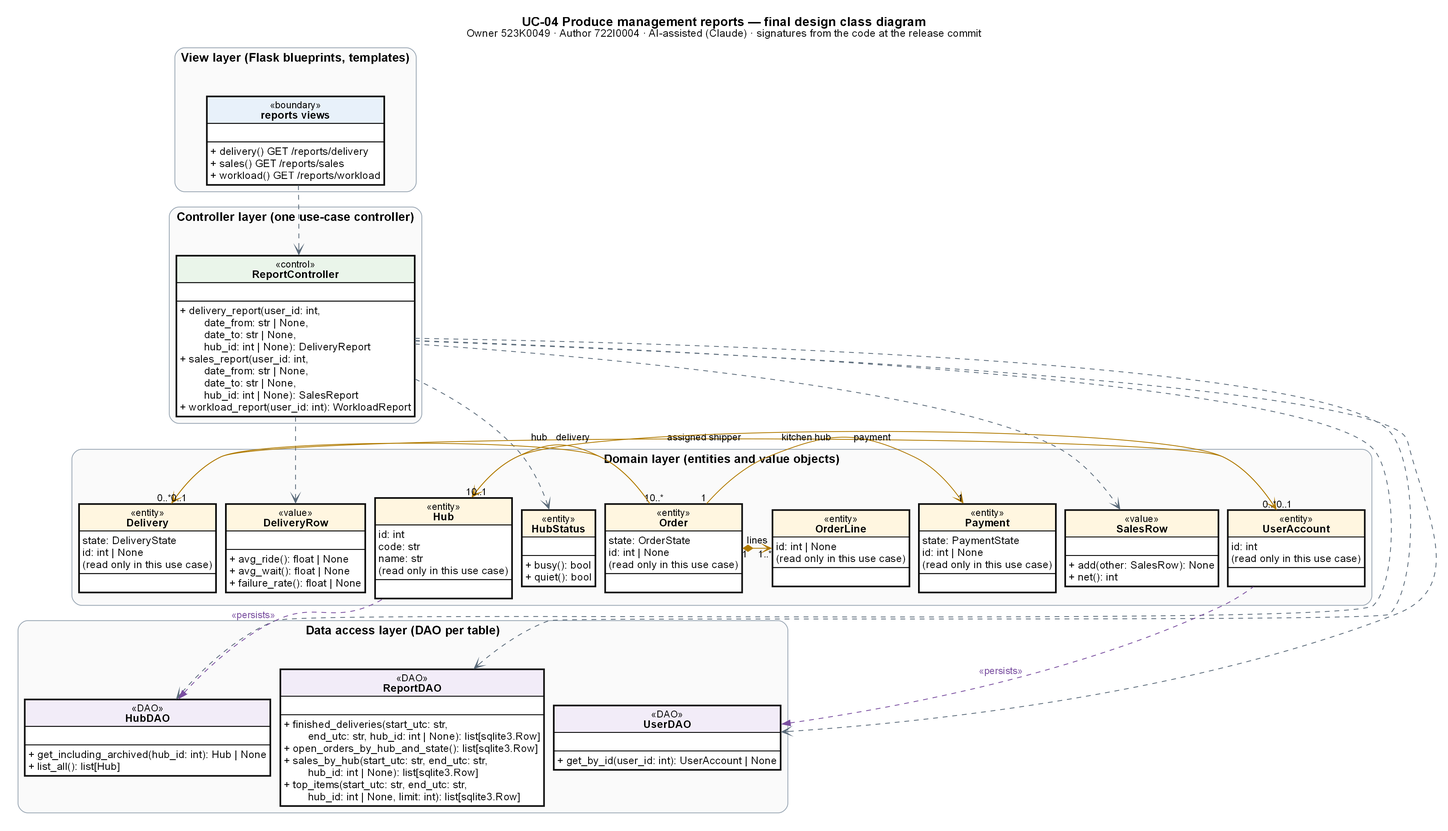
Before: models/UC-04/dcd_uc04_final_overview.png, a diagram exported from Graphviz (Dat071104/SaigonBite). Its source is kept beside it as models/UC-04/dcd_uc04_final_overview.dot.
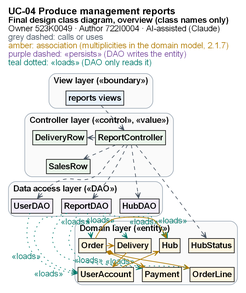
Later version of the same file.

Diff of the diagram source:
```diff
@@ -1,50 +1,60 @@
 digraph G {
-graph [rankdir=TB, nodesep=0.15, ranksep=0.5, fontname="Arial", fontsize=16, pad=0.2, dpi=200];
-node [shape=plain, fontname="Arial", fontsize=13];
-edge [fontname="Arial", fontsize=12];
-labelloc="t"; label=<<B>UC-04 Produce management reports — final design class diagram</B><BR/><FONT POINT-SIZE="13">Owner 523K0049 · Author 722I0004 · AI-assisted (Claude) · signatures from the code at the release commit</FONT>>;
-subgraph cluster_view { label=<<B>View layer (Flask blueprints, templates)</B>>; style="rounded,filled"; fillcolor="#FAFAFA"; color="#9AA7B4"; fontsize=15;
+graph [rankdir=TB, nodesep=0.2, ranksep=0.34, fontname="Arial", fontsize=14, pad=0.08, dpi=200, newrank=true];
+node [shape=plain, fontname="Arial", fontsize=14];
+edge [fontname="Arial", fontsize=14, arrowsize=0.9, penwidth=1.1];
+labelloc="t"; labeljust="l"; label=<<B><FONT POINT-SIZE="16">UC-04 Produce management reports</FONT></B><BR ALIGN="LEFT"/><B><FONT POINT-SIZE="14">Final design class diagram, overview (class names only)</FONT></B><BR ALIGN="LEFT"/><FONT POINT-SIZE="14">Owner 523K0049 · Author 722I0004 · AI-assisted (Claude)</FONT><BR ALIGN="LEFT"/><FONT POINT-SIZE="14" COLOR="#4A5663">grey dashed: calls or uses</FONT>    <BR ALIGN="LEFT"/><FONT POINT-SIZE="14" COLOR="#B07A00">amber: association (multiplicities in the domain model, 2.1.7)</FONT>    <BR ALIGN="LEFT"/><FONT POINT-SIZE="14" COLOR="#7A4FA0">purple dashed: «persists» (DAO writes the entity)</FONT>    <BR ALIGN="LEFT"/><FONT POINT-SIZE="14" COLOR="#00796B">teal dotted: «loads» (DAO only reads it)</FONT>    <BR ALIGN="LEFT"/>>;
+subgraph cluster_view { label=<<B>View layer («boundary»)</B>>; labeljust="l"; style="rounded,filled"; fillcolor="#FAFAFA"; color="#9AA7B4"; fontsize=14; margin=5;
   { rank=same; "bp_reports"; }
-  "bp_reports" [label=<<TABLE BORDER="1" CELLBORDER="1" CELLSPACING="0" CELLPADDING="3" BGCOLOR="white"><TR><TD BGCOLOR="#E8F1FA" BALIGN="CENTER"><FONT POINT-SIZE="12">«boundary»</FONT><BR/><B>reports views</B></TD></TR><TR><TD ALIGN="LEFT" BALIGN="LEFT"> </TD></TR><TR><TD ALIGN="LEFT" BALIGN="LEFT">+ delivery() GET /reports/delivery<BR ALIGN="LEFT"/>+ sales() GET /reports/sales<BR ALIGN="LEFT"/>+ workload() GET /reports/workload<BR ALIGN="LEFT"/></TD></TR></TABLE>>];
+  "bp_reports" [label=<<TABLE BORDER="1" CELLBORDER="0" CELLSPACING="0" CELLPADDING="3" BGCOLOR="#E8F1FA"><TR><TD><FONT POINT-SIZE="14"><B>reports views</B></FONT></TD></TR></TABLE>>];
 }
-subgraph cluster_controller { label=<<B>Controller layer (one use-case controller)</B>>; style="rounded,filled"; fillcolor="#FAFAFA"; color="#9AA7B4"; fontsize=15;
-  { rank=same; "ReportController"; }
-  "ReportController" [label=<<TABLE BORDER="1" CELLBORDER="1" CELLSPACING="0" CELLPADDING="3" BGCOLOR="white"><TR><TD BGCOLOR="#EAF5EA" BALIGN="CENTER"><FONT POINT-SIZE="12">«control»</FONT><BR/><B>ReportController</B></TD></TR><TR><TD ALIGN="LEFT" BALIGN="LEFT"> </TD></TR><TR><TD ALIGN="LEFT" BALIGN="LEFT">+ delivery_report(user_id: int,<BR ALIGN="LEFT"/>        date_from: str | None,<BR ALIGN="LEFT"/>        date_to: str | None,<BR ALIGN="LEFT"/>        hub_id: int | None): DeliveryReport<BR ALIGN="LEFT"/>+ sales_report(user_id: int,<BR ALIGN="LEFT"/>        date_from: str | None,<BR ALIGN="LEFT"/>        date_to: str | None,<BR ALIGN="LEFT"/>        hub_id: int | None): SalesReport<BR ALIGN="LEFT"/>+ workload_report(user_id: int): WorkloadReport<BR ALIGN="LEFT"/></TD></TR></TABLE>>];
+subgraph cluster_controller { label=<<B>Controller layer («control», «value»)</B>>; labeljust="l"; style="rounded,filled"; fillcolor="#FAFAFA"; color="#9AA7B4"; fontsize=14; margin=5;
+  { rank=same; "DeliveryRow"; "ReportController"; }
+  { rank=same; "SalesRow"; }
+  "DeliveryRow" [label=<<TABLE BORDER="1" CELLBORDER="0" CELLSPACING="0" CELLPADDING="3" BGCOLOR="#EAF5EA"><TR><TD><FONT POINT-SIZE="14"><B>DeliveryRow</B></FONT></TD></TR></TABLE>>];
+  "ReportController" [label=<<TABLE BORDER="1" CELLBORDER="0" CELLSPACING="0" CELLPADDING="3" BGCOLOR="#EAF5EA"><TR><TD><FONT POINT-SIZE="14"><B>ReportController</B></FONT></TD></TR></TABLE>>];
+  "SalesRow" [label=<<TABLE BORDER="1" CELLBORDER="0" CELLSPACING="0" CELLPADDING="3" BGCOLOR="#EAF5EA"><TR><TD><FONT POINT-SIZE="14"><B>SalesRow</B></FONT></TD></TR></TABLE>>];
 }
-subgraph cluster_domain { label=<<B>Domain layer (entities and value objects)</B>>; style="rounded,filled"; fillcolor="#FAFAFA"; color="#9AA7B4"; fontsize=15;
-  { rank=same; "Delivery"; "DeliveryRow"; "Hub"; "HubStatus"; "Order"; "OrderLine"; "Payment"; "SalesRow"; "UserAccount"; }
-  "Delivery" [label=<<TABLE BORDER="1" CELLBORDER="1" CELLSPACING="0" CELLPADDING="3" BGCOLOR="white"><TR><TD BGCOLOR="#FFF6E0" BALIGN="CENTER"><FONT POINT-SIZE="12">«entity»</FONT><BR/><B>Delivery</B></TD></TR><TR><TD ALIGN="LEFT" BALIGN="LEFT">state: DeliveryState<BR ALIGN="LEFT"/>id: int | None<BR ALIGN="LEFT"/>(read only in this use case)<BR ALIGN="LEFT"/></TD></TR><TR><TD ALIGN="LEFT" BALIGN="LEFT"> </TD></TR></TABLE>>];
-  "DeliveryRow" [label=<<TABLE BORDER="1" CELLBORDER="1" CELLSPACING="0" CELLPADDING="3" BGCOLOR="white"><TR><TD BGCOLOR="#FFF6E0" BALIGN="CENTER"><FONT POINT-SIZE="12">«value»</FONT><BR/><B>DeliveryRow</B></TD></TR><TR><TD ALIGN="LEFT" BALIGN="LEFT"> </TD></TR><TR><TD ALIGN="LEFT" BALIGN="LEFT">+ avg_ride(): float | None<BR ALIGN="LEFT"/>+ avg_wait(): float | None<BR ALIGN="LEFT"/>+ failure_rate(): float | None<BR ALIGN="LEFT"/></TD></TR></TABLE>>];
-  "Hub" [label=<<TABLE BORDER="1" CELLBORDER="1" CELLSPACING="0" CELLPADDING="3" BGCOLOR="white"><TR><TD BGCOLOR="#FFF6E0" BALIGN="CENTER"><FONT POINT-SIZE="12">«entity»</FONT><BR/><B>Hub</B></TD></TR><TR><TD ALIGN="LEFT" BALIGN="LEFT">id: int<BR ALIGN="LEFT"/>code: str<BR ALIGN="LEFT"/>name: str<BR ALIGN="LEFT"/>(read only in this use case)<BR ALIGN="LEFT"/></TD></TR><TR><TD ALIGN="LEFT" BALIGN="LEFT"> </TD></TR></TABLE>>];
-  "HubStatus" [label=<<TABLE BORDER="1" CELLBORDER="1" CELLSPACING="0" CELLPADDING="3" BGCOLOR="white"><TR><TD BGCOLOR="#FFF6E0" BALIGN="CENTER"><FONT POINT-SIZE="12">«entity»</FONT><BR/><B>HubStatus</B></TD></TR><TR><TD ALIGN="LEFT" BALIGN="LEFT"> </TD></TR><TR><TD ALIGN="LEFT" BALIGN="LEFT">+ busy(): bool<BR ALIGN="LEFT"/>+ quiet(): bool<BR ALIGN="LEFT"/></TD></TR></TABLE>>];
-  "Order" [label=<<TABLE BORDER="1" CELLBORDER="1" CELLSPACING="0" CELLPADDING="3" BGCOLOR="white"><TR><TD BGCOLOR="#FFF6E0" BALIGN="CENTER"><FONT POINT-SIZE="12">«entity»</FONT><BR/><B>Order</B></TD></TR><TR><TD ALIGN="LEFT" BALIGN="LEFT">state: OrderState<BR ALIGN="LEFT"/>id: int | None<BR ALIGN="LEFT"/>(read only in this use case)<BR ALIGN="LEFT"/></TD></TR><TR><TD ALIGN="LEFT" BALIGN="LEFT"> </TD></TR></TABLE>>];
-  "OrderLine" [label=<<TABLE BORDER="1" CELLBORDER="1" CELLSPACING="0" CELLPADDING="3" BGCOLOR="white"><TR><TD BGCOLOR="#FFF6E0" BALIGN="CENTER"><FONT POINT-SIZE="12">«entity»</FONT><BR/><B>OrderLine</B></TD></TR><TR><TD ALIGN="LEFT" BALIGN="LEFT">id: int | None<BR ALIGN="LEFT"/>(read only in this use case)<BR ALIGN="LEFT"/></TD></TR><TR><TD ALIGN="LEFT" BALIGN="LEFT"> </TD></TR></TABLE>>];
-  "Payment" [label=<<TABLE BORDER="1" CELLBORDER="1" CELLSPACING="0" CELLPADDING="3" BGCOLOR="white"><TR><TD BGCOLOR="#FFF6E0" BALIGN="CENTER"><FONT POINT-SIZE="12">«entity»</FONT><BR/><B>Payment</B></TD></TR><TR><TD ALIGN="LEFT" BALIGN="LEFT">state: PaymentState<BR ALIGN="LEFT"/>id: int | None<BR ALIGN="LEFT"/>(read only in this use case)<BR ALIGN="LEFT"/></TD></TR><TR><TD ALIGN="LEFT" BALIGN="LEFT"> </TD></TR></TABLE>>];
-  "SalesRow" [label=<<TABLE BORDER="1" CELLBORDER="1" CELLSPACING="0" CELLPADDING="3" BGCOLOR="white"><TR><TD BGCOLOR="#FFF6E0" BALIGN="CENTER"><FONT POINT-SIZE="12">«value»</FONT><BR/><B>SalesRow</B></TD></TR><TR><TD ALIGN="LEFT" BALIGN="LEFT"> </TD></TR><TR><TD ALIGN="LEFT" BALIGN="LEFT">+ add(other: SalesRow): None<BR ALIGN="LEFT"/>+ net(): int<BR ALIGN="LEFT"/></TD></TR></TABLE>>];
-  "UserAccount" [label=<<TABLE BORDER="1" CELLBORDER="1" CELLSPACING="0" CELLPADDING="3" BGCOLOR="white"><TR><TD BGCOLOR="#FFF6E0" BALIGN="CENTER"><FONT POINT-SIZE="12">«entity»</FONT><BR/><B>UserAccount</B></TD></TR><TR><TD ALIGN="LEFT" BALIGN="LEFT">id: int<BR ALIGN="LEFT"/>(read only in this use case)<BR ALIGN="LEFT"/></TD></TR><TR><TD ALIGN="LEFT" BALIGN="LEFT"> </TD></TR></TABLE>>];
+"bp_reports" -> "DeliveryRow" [style=invis];
+"DeliveryRow" -> "SalesRow" [style=invis];
+subgraph cluster_dao { label=<<B>Data access layer («DAO»)</B>>; labeljust="l"; style="rounded,filled"; fillcolor="#FAFAFA"; color="#9AA7B4"; fontsize=14; margin=5;
+  { rank=same; "HubDAO"; "ReportDAO"; "UserDAO"; }
+  "HubDAO" [label=<<TABLE BORDER="1" CELLBORDER="0" CELLSPACING="0" CELLPADDING="3" BGCOLOR="#F2ECF8"><TR><TD><FONT POINT-SIZE="14"><B>HubDAO</B></FONT></TD></TR></TABLE>>];
+  "ReportDAO" [label=<<TABLE BORDER="1" CELLBORDER="0" CELLSPACING="0" CELLPADDING="3" BGCOLOR="#F2ECF8"><TR><TD><FONT POINT-SIZE="14"><B>ReportDAO</B></FONT></TD></TR></TABLE>>];
+  "UserDAO" [label=<<TABLE BORDER="1" CELLBORDER="0" CELLSPACING="0" CELLPADDING="3" BGCOLOR="#F2ECF8"><TR><TD><FONT POINT-SIZE="14"><B>UserDAO</B></FONT></TD></TR></TABLE>>];
 }
-subgraph cluster_dao { label=<<B>Data access layer (DAO per table)</B>>; style="rounded,filled"; fillcolor="#FAFAFA"; color="#9AA7B4"; fontsize=15;
-  { rank=same; "HubDAO"; "ReportDAO"; "UserDAO"; }
-  "HubDAO" [label=<<TABLE BORDER="1" CELLBORDER="1" CELLSPACING="0" CELLPADDING="3" BGCOLOR="white"><TR><TD BGCOLOR="#F2ECF8" BALIGN="CENTER"><FONT POINT-SIZE="12">«DAO»</FONT><BR/><B>HubDAO</B></TD></TR><TR><TD ALIGN="LEFT" BALIGN="LEFT"> </TD></TR><TR><TD ALIGN="LEFT" BALIGN="LEFT">+ get_including_archived(hub_id: int): Hub | None<BR ALIGN="LEFT"/>+ list_all(): list[Hub]<BR ALIGN="LEFT"/></TD></TR></TABLE>>];
-  "ReportDAO" [label=<<TABLE BORDER="1" CELLBORDER="1" CELLSPACING="0" CELLPADDING="3" BGCOLOR="white"><TR><TD BGCOLOR="#F2ECF8" BALIGN="CENTER"><FONT POINT-SIZE="12">«DAO»</FONT><BR/><B>ReportDAO</B></TD></TR><TR><TD ALIGN="LEFT" BALIGN="LEFT"> </TD></TR><TR><TD ALIGN="LEFT" BALIGN="LEFT">+ finished_deliveries(start_utc: str,<BR ALIGN="LEFT"/>        end_utc: str, hub_id: int | None): list[sqlite3.Row]<BR ALIGN="LEFT"/>+ open_orders_by_hub_and_state(): list[sqlite3.Row]<BR ALIGN="LEFT"/>+ sales_by_hub(start_utc: str, end_utc: str,<BR ALIGN="LEFT"/>        hub_id: int | None): list[sqlite3.Row]<BR ALIGN="LEFT"/>+ top_items(start_utc: str, end_utc: str,<BR ALIGN="LEFT"/>        hub_id: int | None, limit: int): list[sqlite3.Row]<BR ALIGN="LEFT"/></TD></TR></TABLE>>];
-  "UserDAO" [label=<<TABLE BORDER="1" CELLBORDER="1" CELLSPACING="0" CELLPADDING="3" BGCOLOR="white"><TR><TD BGCOLOR="#F2ECF8" BALIGN="CENTER"><FONT POINT-SIZE="12">«DAO»</FONT><BR/><B>UserDAO</B></TD></TR><TR><TD ALIGN="LEFT" BALIGN="LEFT"> </TD></TR><TR><TD ALIGN="LEFT" BALIGN="LEFT">+ get_by_id(user_id: int): UserAccount | None<BR ALIGN="LEFT"/></TD></TR></TABLE>>];
+"SalesRow" -> "HubDAO" [style=invis];
+subgraph cluster_domain { label=<<B>Domain layer («entity»)</B>>; labeljust="l"; style="rounded,filled"; fillcolor="#FAFAFA"; color="#9AA7B4"; fontsize=14; margin=5;
+  { rank=same; "Delivery"; "Hub"; "HubStatus"; "Order"; }
+  { rank=same; "OrderLine"; "Payment"; "UserAccount"; }
+  "Delivery" [label=<<TABLE BORDER="1" CELLBORDER="0" CELLSPACING="0" CELLPADDING="3" BGCOLOR="#FFF6E0"><TR><TD><FONT POINT-SIZE="14"><B>Delivery</B></FONT></TD></TR></TABLE>>];
+  "Hub" [label=<<TABLE BORDER="1" CELLBORDER="0" CELLSPACING="0" CELLPADDING="3" BGCOLOR="#FFF6E0"><TR><TD><FONT POINT-SIZE="14"><B>Hub</B></FONT></TD></TR></TABLE>>];
+  "HubStatus" [label=<<TABLE BORDER="1" CELLBORDER="0" CELLSPACING="0" CELLPADDING="3" BGCOLOR="#FFF6E0"><TR><TD><FONT POINT-SIZE="14"><B>HubStatus</B></FONT></TD></TR></TABLE>>];
+  "Order" [label=<<TABLE BORDER="1" CELLBORDER="0" CELLSPACING="0" CELLPADDING="3" BGCOLOR="#FFF6E0"><TR><TD><FONT POINT-SIZE="14"><B>Order</B></FONT></TD></TR></TABLE>>];
+  "OrderLine" [label=<<TABLE BORDER="1" CELLBORDER="0" CELLSPACING="0" CELLPADDING="3" BGCOLOR="#FFF6E0"><TR><TD><FONT POINT-SIZE="14"><B>OrderLine</B></FONT></TD></TR></TABLE>>];
+  "Payment" [label=<<TABLE BORDER="1" CELLBORDER="0" CELLSPACING="0" CELLPADDING="3" BGCOLOR="#FFF6E0"><TR><TD><FONT POINT-SIZE="14"><B>Payment</B></FONT></TD></TR></TABLE>>];
+  "UserAccount" [label=<<TABLE BORDER="1" CELLBORDER="0" CELLSPACING="0" CELLPADDING="3" BGCOLOR="#FFF6E0"><TR><TD><FONT POINT-SIZE="14"><B>UserAccount</B></FONT></TD></TR></TABLE>>];
 }
-"bp_reports" -> "ReportController" [style=invis, weight=5];
-"ReportController" -> "Delivery" [style=invis, weight=5];
-"Delivery" -> "HubDAO" [style=invis, weight=5];
-"ReportController" -> "DeliveryRow" [style=dashed, arrowhead=vee, color="#5B6B7A"];
-"ReportController" -> "HubDAO" [style=dashed, arrowhead=vee, color="#5B6B7A"];
-"ReportController" -> "HubStatus" [style=dashed, arrowhead=vee, color="#5B6B7A"];
-"ReportController" -> "ReportDAO" [style=dashed, arrowhead=vee, color="#5B6B7A"];
-"ReportController" -> "SalesRow" [style=dashed, arrowhead=vee, color="#5B6B7A"];
-"ReportController" -> "UserDAO" [style=dashed, arrowhead=vee, color="#5B6B7A"];
-"bp_reports" -> "ReportController" [style=dashed, arrowhead=vee, color="#5B6B7A"];
-"HubDAO" -> "Hub" [style=dashed, arrowhead=vee, dir=back, color="#7A4FA0", xlabel="«persists»", fontcolor="#7A4FA0", constraint=false];
-"UserDAO" -> "UserAccount" [style=dashed, arrowhead=vee, dir=back, color="#7A4FA0", xlabel="«persists»", fontcolor="#7A4FA0", constraint=false];
-"Order" -> "Hub" [arrowhead=vee, dir=both, arrowtail=none, taillabel="0..*", headlabel="1", label="hub", color="#B07A00", constraint=false];
-"Order" -> "OrderLine" [arrowhead=vee, dir=both, arrowtail=diamond, taillabel="1", headlabel="1..*", label="lines", color="#B07A00", constraint=false];
-"Order" -> "Payment" [arrowhead=vee, dir=both, arrowtail=none, taillabel="1", headlabel="1", label="payment", color="#B07A00", constraint=false];
-"Order" -> "Delivery" [arrowhead=vee, dir=both, arrowtail=none, taillabel="1", headlabel="0..1", label="delivery", color="#B07A00", constraint=false];
-"Delivery" -> "UserAccount" [arrowhead=vee, dir=both, arrowtail=none, taillabel="0..*", headlabel="0..1", label="assigned shipper", color="#B07A00", constraint=false];
-"UserAccount" -> "Hub" [arrowhead=vee, dir=both, arrowtail=none, taillabel="0..*", headlabel="0..1", label="kitchen hub", color="#B07A00", constraint=false];
+"HubDAO" -> "Delivery" [style=invis];
+"Delivery" -> "OrderLine" [style=invis];
+"HubDAO" -> "Hub" [style=dotted, arrowhead=vee, color="#00796B", fontcolor="#00796B", xlabel="«loads»"];
+"ReportController" -> "DeliveryRow" [style=dashed, arrowhead=vee, color="#4A5663"];
+"ReportController" -> "HubDAO" [style=dashed, arrowhead=vee, color="#4A5663"];
+"ReportController" -> "HubStatus" [style=dashed, arrowhead=vee, color="#4A5663"];
+"ReportController" -> "ReportDAO" [style=dashed, arrowhead=vee, color="#4A5663"];
+"ReportController" -> "SalesRow" [style=dashed, arrowhead=vee, color="#4A5663"];
+"ReportController" -> "UserDAO" [style=dashed, arrowhead=vee, color="#4A5663"];
+"ReportDAO" -> "Delivery" [style=dotted, arrowhead=vee, color="#00796B", fontcolor="#00796B", xlabel="«loads»"];
+"ReportDAO" -> "Hub" [style=dotted, arrowhead=vee, color="#00796B", fontcolor="#00796B", xlabel="«loads»"];
+"ReportDAO" -> "Order" [style=dotted, arrowhead=vee, color="#00796B", fontcolor="#00796B", xlabel="«loads»"];
+"ReportDAO" -> "OrderLine" [style=dotted, arrowhead=vee, color="#00796B", fontcolor="#00796B", xlabel="«loads»"];
+"ReportDAO" -> "Payment" [style=dotted, arrowhead=vee, color="#00796B", fontcolor="#00796B", xlabel="«loads»"];
+"ReportDAO" -> "UserAccount" [style=dotted, arrowhead=vee, color="#00796B", fontcolor="#00796B", xlabel="«loads»"];
+"UserDAO" -> "UserAccount" [style=dotted, arrowhead=vee, color="#00796B", fontcolor="#00796B", xlabel="«loads»"];
+"bp_reports" -> "ReportController" [style=dashed, arrowhead=vee, color="#4A5663"];
+"Order" -> "Hub" [arrowhead=vee, dir=both, arrowtail=none, color="#B07A00", fontcolor="#B07A00", constraint=false];
+"Order" -> "OrderLine" [arrowhead=vee, dir=both, arrowtail=diamond, color="#B07A00", fontcolor="#B07A00", constraint=false];
+"Order" -> "Payment" [arrowhead=vee, dir=both, arrowtail=none, color="#B07A00", fontcolor="#B07A00", constraint=false];
+"Order" -> "Delivery" [arrowhead=vee, dir=both, arrowtail=none, color="#B07A00", fontcolor="#B07A00", constraint=false];
+"Delivery" -> "UserAccount" [arrowhead=vee, dir=both, arrowtail=none, color="#B07A00", fontcolor="#B07A00", constraint=false];
+"UserAccount" -> "Hub" [arrowhead=vee, dir=both, arrowtail=none, color="#B07A00", fontcolor="#B07A00", constraint=false];
 }
```
